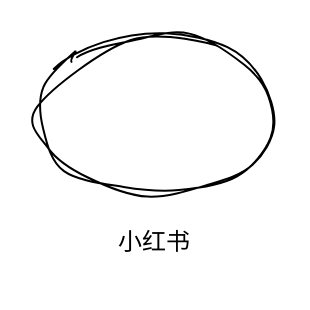
The draw.io diagram kol_extractor.drawio in skindhu/9GAG, before the edit. Source tidied: cells renumbered, new cells numbered last; positions are measured from the earlier drawing's top-left corner, leaving out a move shared by most shapes. Both pictures are drawn from the tidied source at 200%, with x=0, y=0 at pixel (34, 34).
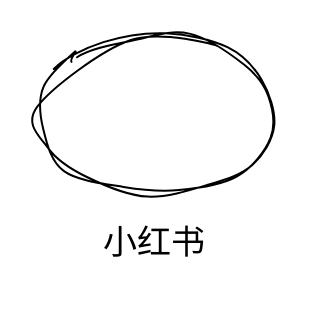
The same diagram, later.

Diff of the diagram source:
```diff
@@
 <mxGraphModel>
   <root>
     <mxCell id="0" />
     <mxCell id="1" parent="0" />
     <mxCell id="2" style="ellipse;whiteSpace=wrap;html=1;sketch=1;hachureGap=4;jiggle=2;curveFitting=1;fontFamily=Architects Daughter;" parent="1" vertex="1">
       <mxGeometry width="120" height="80" as="geometry" />
     </mxCell>
-    <mxCell id="3" value="小红书" style="text;html=1;align=center;verticalAlign=middle;whiteSpace=wrap;rounded=0;fontFamily=Architects Daughter;" parent="1" vertex="1">
+    <mxCell id="3" value="&lt;font style=&quot;font-size: 17px;&quot;&gt;小红书&lt;/font&gt;" style="text;html=1;align=center;verticalAlign=middle;whiteSpace=wrap;rounded=0;fontFamily=Architects Daughter;" parent="1" vertex="1">
       <mxGeometry x="30" y="90" width="60" height="30" as="geometry" />
     </mxCell>
   </root>
 </mxGraphModel>
```
